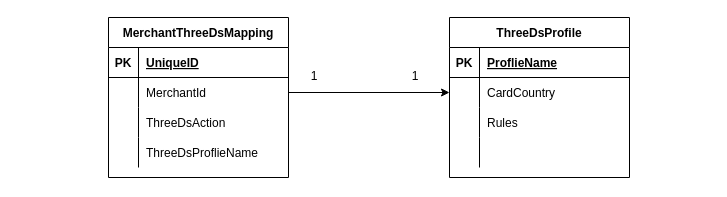
Before: Untitled Diagram.drawio in libingye/xianbei_book, a draw.io diagram. Source tidied: cells renumbered, new cells numbered last; positions are measured from the earlier drawing's top-left corner, leaving out a move shared by most shapes. Both pictures are drawn from the tidied source at 100%, with x=0, y=0 at pixel (108, 17).
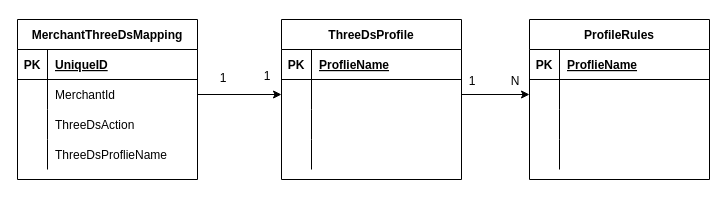
The same diagram, later.

Unchanged cells that the change refers to:
```xml
<mxCell id="6" style="shape=tableRow;horizontal=0;startSize=0;swimlaneHead=0;swimlaneBody=0;fillColor=none;points=[[0,0.5],[1,0.5]];portConstraint=eastwest;top=0;left=0;right=0;bottom=0;" parent="2" vertex="1">
  <mxGeometry y="60" width="180" height="30" as="geometry" />
</mxCell>
<mxCell id="9" style="shape=tableRow;horizontal=0;startSize=0;swimlaneHead=0;swimlaneBody=0;fillColor=none;top=0;left=0;right=0;bottom=0;" parent="2" vertex="1">
  <mxGeometry y="90" width="180" height="30" as="geometry" />
</mxCell>
```

Change to the diagram source:
```diff
@@
     <mxCell id="2" value="ThreeDsProfile" style="shape=table;startSize=30;childLayout=tableLayout;rowLines=0;fontStyle=1;align=center;" parent="1" vertex="1">
-      <mxGeometry x="341" width="180" height="160" as="geometry" />
+      <mxGeometry x="173" y="2" width="180" height="160" as="geometry" />
     </mxCell>
@@
-    <mxCell id="8" value="CardCountry" style="shape=partialRectangle;fillColor=none;top=0;left=0;bottom=0;right=0;align=left;spacingLeft=6;overflow=hidden;" parent="6" vertex="1">
+    <mxCell id="8" style="shape=partialRectangle;fillColor=none;top=0;left=0;bottom=0;right=0;align=left;spacingLeft=6;overflow=hidden;" parent="6" vertex="1">
       <mxGeometry x="30" width="150" height="30" as="geometry" />
     </mxCell>
@@
-    <mxCell id="11" value="Rules" style="shape=partialRectangle;fillColor=none;top=0;left=0;bottom=0;right=0;align=left;spacingLeft=6;overflow=hidden;" parent="9" vertex="1">
+    <mxCell id="11" style="shape=partialRectangle;fillColor=none;top=0;left=0;bottom=0;right=0;align=left;spacingLeft=6;overflow=hidden;" parent="9" vertex="1">
       <mxGeometry x="30" width="150" height="30" as="geometry" />
     </mxCell>
@@
     <mxCell id="15" value="MerchantThreeDsMapping" style="shape=table;startSize=30;childLayout=tableLayout;rowLines=0;fontStyle=1;align=center;" parent="1" vertex="1">
-      <mxGeometry width="180" height="160" as="geometry" />
+      <mxGeometry x="-91" y="2" width="180" height="160" as="geometry" />
     </mxCell>
@@
     <mxCell id="29" value="1" style="text;html=1;strokeColor=none;fillColor=none;align=center;verticalAlign=middle;whiteSpace=wrap;rounded=0;" parent="1" vertex="1">
-      <mxGeometry x="176" y="44" width="60" height="30" as="geometry" />
+      <mxGeometry x="85" y="46" width="60" height="30" as="geometry" />
     </mxCell>
     <mxCell id="30" value="1" style="text;html=1;strokeColor=none;fillColor=none;align=center;verticalAlign=middle;whiteSpace=wrap;rounded=0;" parent="1" vertex="1">
-      <mxGeometry x="277" y="44" width="60" height="30" as="geometry" />
+      <mxGeometry x="129" y="44" width="60" height="30" as="geometry" />
     </mxCell>
+    <mxCell id="31" value="ProfileRules" style="shape=table;startSize=30;childLayout=tableLayout;rowLines=0;fontStyle=1;align=center;" parent="1" vertex="1">
+      <mxGeometry x="421" y="2" width="180" height="160" as="geometry" />
+    </mxCell>
+    <mxCell id="32" style="shape=tableRow;horizontal=0;startSize=0;swimlaneHead=0;swimlaneBody=0;fillColor=none;top=0;left=0;right=0;bottom=1;" parent="31" vertex="1">
+      <mxGeometry y="30" width="180" height="30" as="geometry" />
+    </mxCell>
+    <mxCell id="33" value="PK" style="shape=partialRectangle;fillColor=none;top=0;left=0;bottom=0;right=0;fontStyle=1;overflow=hidden;" parent="32" vertex="1">
+      <mxGeometry width="30" height="30" as="geometry" />
+    </mxCell>
+    <mxCell id="34" value="ProflieName" style="shape=partialRectangle;fillColor=none;top=0;left=0;bottom=0;right=0;align=left;spacingLeft=6;fontStyle=5;overflow=hidden;" parent="32" vertex="1">
+      <mxGeometry x="30" width="150" height="30" as="geometry" />
+    </mxCell>
+    <mxCell id="35" style="shape=tableRow;horizontal=0;startSize=0;swimlaneHead=0;swimlaneBody=0;fillColor=none;points=[[0,0.5],[1,0.5]];portConstraint=eastwest;top=0;left=0;right=0;bottom=0;" parent="31" vertex="1">
+      <mxGeometry y="60" width="180" height="30" as="geometry" />
+    </mxCell>
+    <mxCell id="36" style="shape=partialRectangle;fillColor=none;top=0;left=0;bottom=0;right=0;overflow=hidden;" parent="35" vertex="1">
+      <mxGeometry width="30" height="30" as="geometry" />
+    </mxCell>
+    <mxCell id="37" style="shape=partialRectangle;fillColor=none;top=0;left=0;bottom=0;right=0;align=left;spacingLeft=6;overflow=hidden;" parent="35" vertex="1">
+      <mxGeometry x="30" width="150" height="30" as="geometry" />
+    </mxCell>
+    <mxCell id="38" style="shape=tableRow;horizontal=0;startSize=0;swimlaneHead=0;swimlaneBody=0;fillColor=none;top=0;left=0;right=0;bottom=0;" parent="31" vertex="1">
+      <mxGeometry y="90" width="180" height="30" as="geometry" />
+    </mxCell>
+    <mxCell id="39" style="shape=partialRectangle;fillColor=none;top=0;left=0;bottom=0;right=0;overflow=hidden;" parent="38" vertex="1">
+      <mxGeometry width="30" height="30" as="geometry" />
+    </mxCell>
+    <mxCell id="40" style="shape=partialRectangle;fillColor=none;top=0;left=0;bottom=0;right=0;align=left;spacingLeft=6;overflow=hidden;" parent="38" vertex="1">
+      <mxGeometry x="30" width="150" height="30" as="geometry" />
+    </mxCell>
+    <mxCell id="41" style="shape=tableRow;horizontal=0;startSize=0;swimlaneHead=0;swimlaneBody=0;fillColor=none;top=0;left=0;right=0;bottom=0;" parent="31" vertex="1">
+      <mxGeometry y="120" width="180" height="30" as="geometry" />
+    </mxCell>
+    <mxCell id="42" style="shape=partialRectangle;fillColor=none;top=0;left=0;bottom=0;right=0;overflow=hidden;" parent="41" vertex="1">
+      <mxGeometry width="30" height="30" as="geometry" />
+    </mxCell>
+    <mxCell id="43" style="shape=partialRectangle;fillColor=none;top=0;left=0;bottom=0;right=0;align=left;spacingLeft=6;overflow=hidden;" parent="41" vertex="1">
+      <mxGeometry x="30" width="150" height="30" as="geometry" />
+    </mxCell>
+    <mxCell id="44" style="edgeStyle=orthogonalEdgeStyle;rounded=0;jettySize=auto;html=1;entryX=0;entryY=0.5;entryDx=0;entryDy=0;" parent="1" edge="1" source="6" target="35">
+      <mxGeometry relative="1" as="geometry" />
+    </mxCell>
+    <mxCell id="45" value="1" style="text;html=1;strokeColor=none;fillColor=none;align=center;verticalAlign=middle;whiteSpace=wrap;rounded=0;" parent="1" vertex="1">
+      <mxGeometry x="334" y="49" width="60" height="30" as="geometry" />
+    </mxCell>
+    <mxCell id="46" value="N" style="text;html=1;strokeColor=none;fillColor=none;align=center;verticalAlign=middle;whiteSpace=wrap;rounded=0;" parent="1" vertex="1">
+      <mxGeometry x="377" y="49" width="60" height="30" as="geometry" />
+    </mxCell>
```
